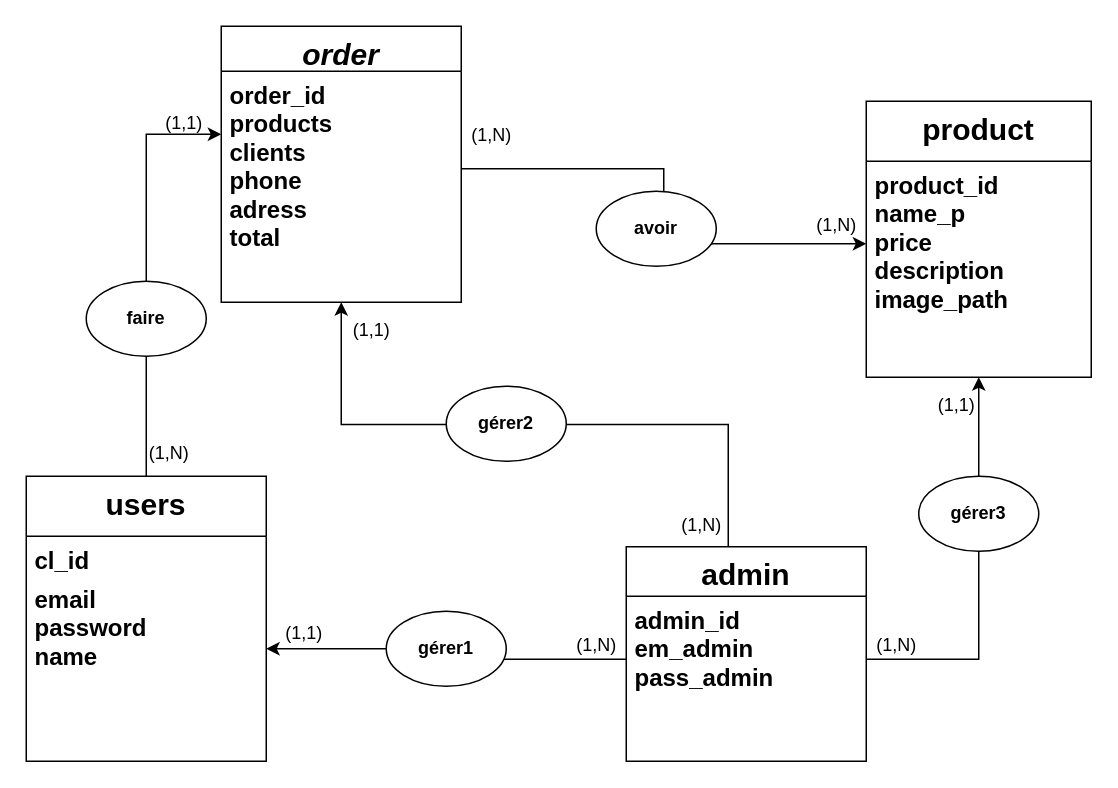
Earlier version of the draw.io diagram Diagramme sans nom.drawio (icantbehappyagain/memoire). Source tidied: cells renumbered, new cells numbered last; positions are measured from the earlier drawing's top-left corner, leaving out a move shared by most shapes. Both pictures are drawn from the tidied source at 150%, with x=0, y=0 at pixel (26, 26).
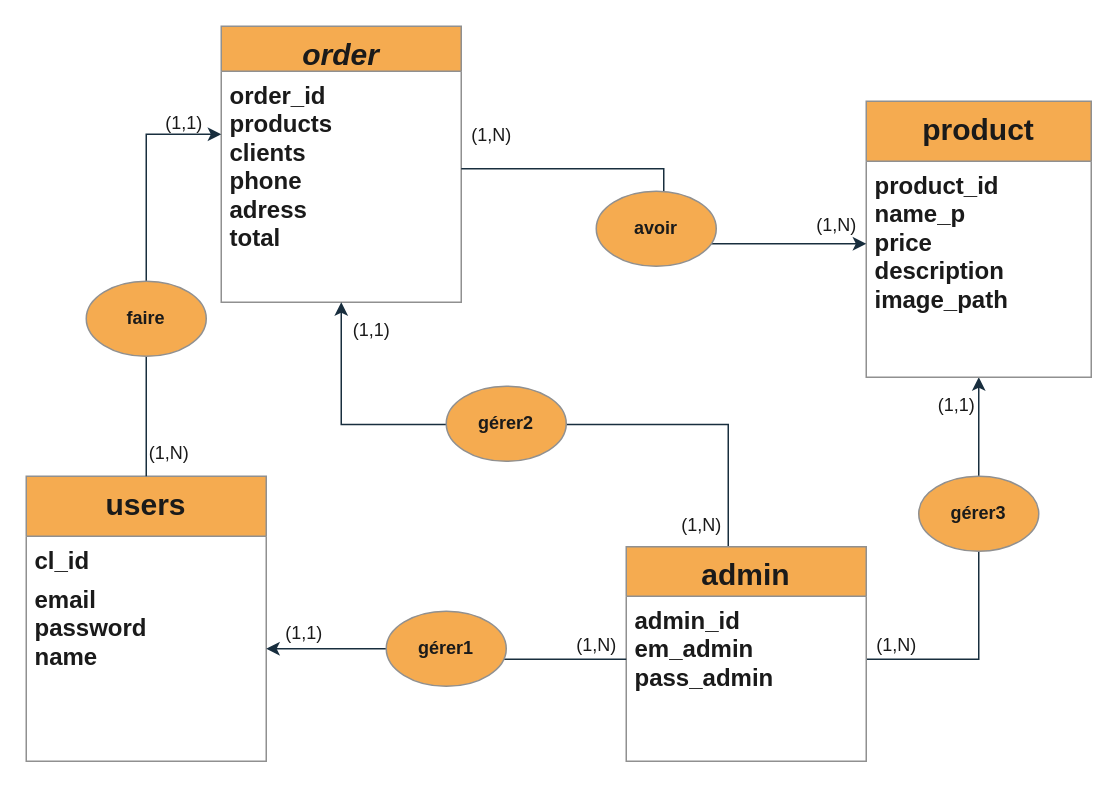
After the change.

Commit message (it also covers changes not shown here):
Mettre à jour Diagramme sans nom.drawio

Diff of the diagram source:
```diff
@@
-    <mxCell id="2" value="order" style="swimlane;fontStyle=3;align=center;verticalAlign=top;horizontal=1;startSize=30;rounded=0;shadow=0;strokeWidth=1;fontSize=20;" parent="1" vertex="1">
+    <mxCell id="2" value="order" style="swimlane;fontStyle=3;align=center;verticalAlign=top;horizontal=1;startSize=30;rounded=0;shadow=0;strokeWidth=1;fontSize=20;labelBackgroundColor=none;fillColor=#F5AB50;strokeColor=#909090;fontColor=#1A1A1A;" parent="1" vertex="1">
       <mxGeometry x="130" width="160" height="184" as="geometry" />
     </mxCell>
-    <mxCell id="3" value="order_id&#10;products&#10;clients&#10;phone&#10;adress&#10;total" style="text;align=left;verticalAlign=top;spacingLeft=4;spacingRight=4;overflow=hidden;points=[[0,0.5],[1,0.5]];portConstraint=eastwest;fontSize=16;fontStyle=1;" parent="2" vertex="1">
+    <mxCell id="3" value="order_id&#10;products&#10;clients&#10;phone&#10;adress&#10;total" style="text;align=left;verticalAlign=top;spacingLeft=4;spacingRight=4;overflow=hidden;points=[[0,0.5],[1,0.5]];portConstraint=eastwest;fontSize=16;fontStyle=1;labelBackgroundColor=none;fontColor=#1A1A1A;" parent="2" vertex="1">
       <mxGeometry y="30" width="160" height="130" as="geometry" />
     </mxCell>
-    <mxCell id="4" value="users" style="swimlane;fontStyle=1;align=center;verticalAlign=top;horizontal=1;startSize=40;rounded=0;shadow=0;strokeWidth=1;fontSize=20;" parent="1" vertex="1">
+    <mxCell id="4" value="users" style="swimlane;fontStyle=1;align=center;verticalAlign=top;horizontal=1;startSize=40;rounded=0;shadow=0;strokeWidth=1;fontSize=20;labelBackgroundColor=none;fillColor=#F5AB50;strokeColor=#909090;fontColor=#1A1A1A;" parent="1" vertex="1">
       <mxGeometry y="300" width="160" height="190" as="geometry" />
     </mxCell>
-    <mxCell id="5" value="cl_id&#10;" style="text;align=left;verticalAlign=top;spacingLeft=4;spacingRight=4;overflow=hidden;fontStyle=1;fontSize=16;" parent="4" vertex="1">
+    <mxCell id="5" value="cl_id&#10;" style="text;align=left;verticalAlign=top;spacingLeft=4;spacingRight=4;overflow=hidden;fontStyle=1;fontSize=16;labelBackgroundColor=none;fontColor=#1A1A1A;" parent="4" vertex="1">
       <mxGeometry y="40" width="160" height="26" as="geometry" />
     </mxCell>
-    <mxCell id="6" value="email&#10;password&#10;name&#10;" style="text;align=left;verticalAlign=top;spacingLeft=4;spacingRight=4;overflow=hidden;points=[[0,0.5],[1,0.5]];portConstraint=eastwest;rounded=0;shadow=0;html=0;fontSize=16;fontStyle=1;" parent="4" vertex="1">
+    <mxCell id="6" value="email&#10;password&#10;name&#10;" style="text;align=left;verticalAlign=top;spacingLeft=4;spacingRight=4;overflow=hidden;points=[[0,0.5],[1,0.5]];portConstraint=eastwest;rounded=0;shadow=0;html=0;fontSize=16;fontStyle=1;labelBackgroundColor=none;fontColor=#1A1A1A;" parent="4" vertex="1">
       <mxGeometry y="66" width="160" height="98" as="geometry" />
     </mxCell>
-    <mxCell id="7" style="edgeStyle=orthogonalEdgeStyle;rounded=0;jettySize=auto;html=1;entryX=0.5;entryY=1;entryDx=0;entryDy=0;exitX=1;exitY=0.5;exitDx=0;exitDy=0;" parent="1" edge="1" source="10" target="11">
+    <mxCell id="7" style="edgeStyle=orthogonalEdgeStyle;rounded=0;jettySize=auto;html=1;entryX=0.5;entryY=1;entryDx=0;entryDy=0;exitX=1;exitY=0.5;exitDx=0;exitDy=0;labelBackgroundColor=none;fontColor=default;strokeColor=#182E3E;" parent="1" edge="1" source="10" target="11">
       <mxGeometry relative="1" as="geometry" />
     </mxCell>
-    <mxCell id="8" style="edgeStyle=orthogonalEdgeStyle;rounded=0;jettySize=auto;html=1;entryX=0.5;entryY=1;entryDx=0;entryDy=0;exitX=0.425;exitY=0.007;exitDx=0;exitDy=0;exitPerimeter=0;" parent="1" edge="1" source="9" target="2">
+    <mxCell id="8" style="edgeStyle=orthogonalEdgeStyle;rounded=0;jettySize=auto;html=1;entryX=0.5;entryY=1;entryDx=0;entryDy=0;exitX=0.425;exitY=0.007;exitDx=0;exitDy=0;exitPerimeter=0;labelBackgroundColor=none;fontColor=default;strokeColor=#182E3E;" parent="1" edge="1" source="9" target="2">
       <mxGeometry relative="1" as="geometry" />
     </mxCell>
-    <mxCell id="9" value="admin" style="swimlane;fontStyle=1;align=center;verticalAlign=top;horizontal=1;startSize=33;rounded=0;shadow=0;strokeWidth=1;fontSize=20;" parent="1" vertex="1">
+    <mxCell id="9" value="admin" style="swimlane;fontStyle=1;align=center;verticalAlign=top;horizontal=1;startSize=33;rounded=0;shadow=0;strokeWidth=1;fontSize=20;labelBackgroundColor=none;fillColor=#F5AB50;strokeColor=#909090;fontColor=#1A1A1A;" parent="1" vertex="1">
       <mxGeometry x="400" y="347" width="160" height="143" as="geometry" />
     </mxCell>
-    <mxCell id="10" value="admin_id&#10;em_admin&#10;pass_admin&#10;&#10;" style="text;align=left;verticalAlign=top;spacingLeft=4;spacingRight=4;overflow=hidden;points=[[0,0.5],[1,0.5]];portConstraint=eastwest;fontStyle=1;strokeWidth=2;fontSize=16;" parent="9" vertex="1">
+    <mxCell id="10" value="admin_id&#10;em_admin&#10;pass_admin&#10;&#10;" style="text;align=left;verticalAlign=top;spacingLeft=4;spacingRight=4;overflow=hidden;points=[[0,0.5],[1,0.5]];portConstraint=eastwest;fontStyle=1;strokeWidth=2;fontSize=16;labelBackgroundColor=none;fontColor=#1A1A1A;" parent="9" vertex="1">
       <mxGeometry y="33" width="160" height="84" as="geometry" />
     </mxCell>
-    <mxCell id="11" value="product" style="swimlane;fontStyle=1;align=center;verticalAlign=top;horizontal=1;startSize=40;rounded=0;shadow=0;strokeWidth=1;fontSize=20;" parent="1" vertex="1">
+    <mxCell id="11" value="product" style="swimlane;fontStyle=1;align=center;verticalAlign=top;horizontal=1;startSize=40;rounded=0;shadow=0;strokeWidth=1;fontSize=20;labelBackgroundColor=none;fillColor=#F5AB50;strokeColor=#909090;fontColor=#1A1A1A;" parent="1" vertex="1">
       <mxGeometry x="560" y="50" width="150" height="184" as="geometry" />
     </mxCell>
-    <mxCell id="12" value="product_id&#10;name_p&#10;price&#10;description&#10;image_path" style="text;align=left;verticalAlign=top;spacingLeft=4;spacingRight=4;overflow=hidden;points=[[0,0.5],[1,0.5]];portConstraint=eastwest;fontSize=16;fontStyle=1;" parent="11" vertex="1">
+    <mxCell id="12" value="product_id&#10;name_p&#10;price&#10;description&#10;image_path" style="text;align=left;verticalAlign=top;spacingLeft=4;spacingRight=4;overflow=hidden;points=[[0,0.5],[1,0.5]];portConstraint=eastwest;fontSize=16;fontStyle=1;labelBackgroundColor=none;fontColor=#1A1A1A;" parent="11" vertex="1">
       <mxGeometry y="40" width="150" height="110" as="geometry" />
     </mxCell>
-    <mxCell id="13" style="edgeStyle=orthogonalEdgeStyle;rounded=0;jettySize=auto;html=1;entryX=1;entryY=0.5;entryDx=0;entryDy=0;" parent="1" edge="1" source="10" target="6">
+    <mxCell id="13" style="edgeStyle=orthogonalEdgeStyle;rounded=0;jettySize=auto;html=1;entryX=1;entryY=0.5;entryDx=0;entryDy=0;labelBackgroundColor=none;fontColor=default;strokeColor=#182E3E;" parent="1" edge="1" source="10" target="6">
       <mxGeometry relative="1" as="geometry" />
     </mxCell>
-    <mxCell id="14" style="edgeStyle=orthogonalEdgeStyle;rounded=0;jettySize=auto;html=1;exitX=0.5;exitY=0;exitDx=0;exitDy=0;entryX=0;entryY=0.323;entryDx=0;entryDy=0;entryPerimeter=0;" parent="1" edge="1" source="4" target="3">
+    <mxCell id="14" style="edgeStyle=orthogonalEdgeStyle;rounded=0;jettySize=auto;html=1;exitX=0.5;exitY=0;exitDx=0;exitDy=0;entryX=0;entryY=0.323;entryDx=0;entryDy=0;entryPerimeter=0;labelBackgroundColor=none;fontColor=default;strokeColor=#182E3E;" parent="1" edge="1" source="4" target="3">
       <mxGeometry relative="1" as="geometry" />
     </mxCell>
-    <mxCell id="15" value="&lt;b style=&quot;border-color: var(--border-color);&quot;&gt;gérer2&lt;/b&gt;" style="ellipse;whiteSpace=wrap;html=1;" parent="1" vertex="1">
+    <mxCell id="15" value="&lt;b style=&quot;border-color: var(--border-color);&quot;&gt;gérer2&lt;/b&gt;" style="ellipse;whiteSpace=wrap;html=1;labelBackgroundColor=none;fillColor=#F5AB50;strokeColor=#909090;fontColor=#1A1A1A;" parent="1" vertex="1">
       <mxGeometry x="280" y="240" width="80" height="50" as="geometry" />
     </mxCell>
-    <mxCell id="16" value="&lt;b&gt;gérer1&lt;/b&gt;" style="ellipse;whiteSpace=wrap;html=1;" parent="1" vertex="1">
+    <mxCell id="16" value="&lt;b&gt;gérer1&lt;/b&gt;" style="ellipse;whiteSpace=wrap;html=1;labelBackgroundColor=none;fillColor=#F5AB50;strokeColor=#909090;fontColor=#1A1A1A;" parent="1" vertex="1">
       <mxGeometry x="240" y="390" width="80" height="50" as="geometry" />
     </mxCell>
-    <mxCell id="17" value="&lt;b&gt;faire&lt;/b&gt;" style="ellipse;whiteSpace=wrap;html=1;" parent="1" vertex="1">
+    <mxCell id="17" value="&lt;b&gt;faire&lt;/b&gt;" style="ellipse;whiteSpace=wrap;html=1;labelBackgroundColor=none;fillColor=#F5AB50;strokeColor=#909090;fontColor=#1A1A1A;" parent="1" vertex="1">
       <mxGeometry x="40" y="170" width="80" height="50" as="geometry" />
     </mxCell>
-    <mxCell id="18" value="&lt;b style=&quot;border-color: var(--border-color);&quot;&gt;gérer3&lt;/b&gt;" style="ellipse;whiteSpace=wrap;html=1;" parent="1" vertex="1">
+    <mxCell id="18" value="&lt;b style=&quot;border-color: var(--border-color);&quot;&gt;gérer3&lt;/b&gt;" style="ellipse;whiteSpace=wrap;html=1;labelBackgroundColor=none;fillColor=#F5AB50;strokeColor=#909090;fontColor=#1A1A1A;" parent="1" vertex="1">
       <mxGeometry x="595" y="300" width="80" height="50" as="geometry" />
     </mxCell>
-    <mxCell id="19" style="edgeStyle=orthogonalEdgeStyle;rounded=0;jettySize=auto;html=1;exitX=1;exitY=0.5;exitDx=0;exitDy=0;entryX=0;entryY=0.5;entryDx=0;entryDy=0;" parent="1" edge="1" source="3" target="12">
+    <mxCell id="19" style="edgeStyle=orthogonalEdgeStyle;rounded=0;jettySize=auto;html=1;exitX=1;exitY=0.5;exitDx=0;exitDy=0;entryX=0;entryY=0.5;entryDx=0;entryDy=0;labelBackgroundColor=none;fontColor=default;strokeColor=#182E3E;" parent="1" edge="1" source="3" target="12">
       <mxGeometry relative="1" as="geometry" />
     </mxCell>
-    <mxCell id="20" value="&lt;b&gt;avoir&lt;/b&gt;" style="ellipse;whiteSpace=wrap;html=1;" parent="1" vertex="1">
+    <mxCell id="20" value="&lt;b&gt;avoir&lt;/b&gt;" style="ellipse;whiteSpace=wrap;html=1;labelBackgroundColor=none;fillColor=#F5AB50;strokeColor=#909090;fontColor=#1A1A1A;" parent="1" vertex="1">
       <mxGeometry x="380" y="110" width="80" height="50" as="geometry" />
     </mxCell>
-    <mxCell id="21" value="(1,N)" style="text;html=1;align=center;verticalAlign=middle;strokeColor=none;fillColor=none;" parent="1" vertex="1">
+    <mxCell id="21" value="(1,N)" style="text;html=1;align=center;verticalAlign=middle;strokeColor=none;fillColor=none;labelBackgroundColor=none;fontColor=#1A1A1A;" parent="1" vertex="1">
       <mxGeometry x="355" y="398" width="50" height="30" as="geometry" />
     </mxCell>
-    <mxCell id="22" value="(1,N)" style="text;html=1;align=center;verticalAlign=middle;strokeColor=none;fillColor=none;" parent="1" vertex="1">
+    <mxCell id="22" value="(1,N)" style="text;html=1;align=center;verticalAlign=middle;strokeColor=none;fillColor=none;labelBackgroundColor=none;fontColor=#1A1A1A;" parent="1" vertex="1">
       <mxGeometry x="70" y="270" width="50" height="30" as="geometry" />
     </mxCell>
-    <mxCell id="23" value="(1,N)" style="text;html=1;align=center;verticalAlign=middle;strokeColor=none;fillColor=none;" parent="1" vertex="1">
+    <mxCell id="23" value="(1,N)" style="text;html=1;align=center;verticalAlign=middle;strokeColor=none;fillColor=none;labelBackgroundColor=none;fontColor=#1A1A1A;" parent="1" vertex="1">
       <mxGeometry x="285" y="58" width="50" height="30" as="geometry" />
     </mxCell>
-    <mxCell id="24" value="(1,N)" style="text;html=1;align=center;verticalAlign=middle;strokeColor=none;fillColor=none;" parent="1" vertex="1">
+    <mxCell id="24" value="(1,N)" style="text;html=1;align=center;verticalAlign=middle;strokeColor=none;fillColor=none;labelBackgroundColor=none;fontColor=#1A1A1A;" parent="1" vertex="1">
       <mxGeometry x="515" y="118" width="50" height="30" as="geometry" />
     </mxCell>
-    <mxCell id="25" value="(1,N)" style="text;html=1;align=center;verticalAlign=middle;strokeColor=none;fillColor=none;" parent="1" vertex="1">
+    <mxCell id="25" value="(1,N)" style="text;html=1;align=center;verticalAlign=middle;strokeColor=none;fillColor=none;labelBackgroundColor=none;fontColor=#1A1A1A;" parent="1" vertex="1">
       <mxGeometry x="555" y="398" width="50" height="30" as="geometry" />
     </mxCell>
-    <mxCell id="26" value="(1,N)" style="text;html=1;align=center;verticalAlign=middle;strokeColor=none;fillColor=none;" parent="1" vertex="1">
+    <mxCell id="26" value="(1,N)" style="text;html=1;align=center;verticalAlign=middle;strokeColor=none;fillColor=none;labelBackgroundColor=none;fontColor=#1A1A1A;" parent="1" vertex="1">
       <mxGeometry x="425" y="318" width="50" height="30" as="geometry" />
     </mxCell>
-    <mxCell id="27" value="(1,1)" style="text;html=1;align=center;verticalAlign=middle;strokeColor=none;fillColor=none;" parent="1" vertex="1">
+    <mxCell id="27" value="(1,1)" style="text;html=1;align=center;verticalAlign=middle;strokeColor=none;fillColor=none;labelBackgroundColor=none;fontColor=#1A1A1A;" parent="1" vertex="1">
       <mxGeometry x="160" y="390" width="50" height="30" as="geometry" />
     </mxCell>
-    <mxCell id="28" value="(1,1)" style="text;html=1;align=center;verticalAlign=middle;strokeColor=none;fillColor=none;" parent="1" vertex="1">
+    <mxCell id="28" value="(1,1)" style="text;html=1;align=center;verticalAlign=middle;strokeColor=none;fillColor=none;labelBackgroundColor=none;fontColor=#1A1A1A;" parent="1" vertex="1">
       <mxGeometry x="80" y="50" width="50" height="30" as="geometry" />
     </mxCell>
-    <mxCell id="29" value="(1,1)" style="text;html=1;align=center;verticalAlign=middle;strokeColor=none;fillColor=none;" parent="1" vertex="1">
+    <mxCell id="29" value="(1,1)" style="text;html=1;align=center;verticalAlign=middle;strokeColor=none;fillColor=none;labelBackgroundColor=none;fontColor=#1A1A1A;" parent="1" vertex="1">
       <mxGeometry x="205" y="188" width="50" height="30" as="geometry" />
     </mxCell>
-    <mxCell id="30" value="(1,1)" style="text;html=1;align=center;verticalAlign=middle;strokeColor=none;fillColor=none;" parent="1" vertex="1">
+    <mxCell id="30" value="(1,1)" style="text;html=1;align=center;verticalAlign=middle;strokeColor=none;fillColor=none;labelBackgroundColor=none;fontColor=#1A1A1A;" parent="1" vertex="1">
       <mxGeometry x="595" y="238" width="50" height="30" as="geometry" />
     </mxCell>
```
